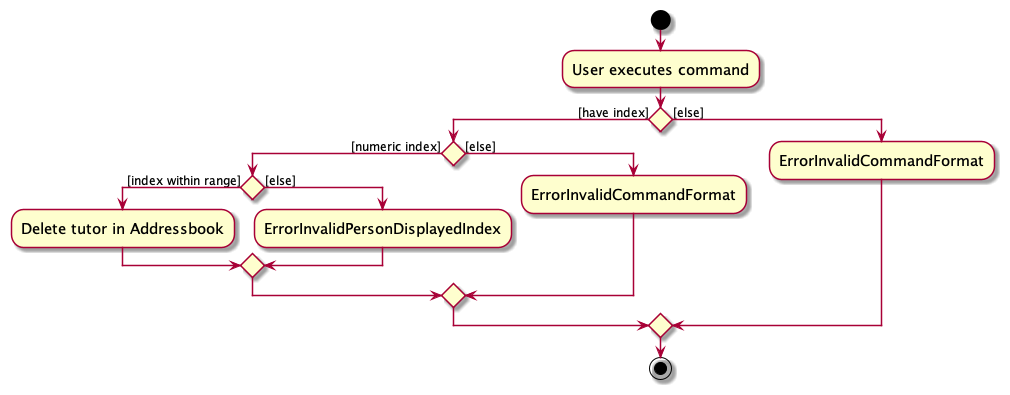
This is docs/images/DeleteTutorActivityDiagram.png from nus-cs2103-AY2324S1/tp, a PlantUML export, as it was before one commit. The source it was exported from:
```plantuml
@startuml
skin rose
skinparam ActivityFontSize 15
skinparam ArrowFontSize 12
start
:User executes command;


if () then ([have index])
    if() then ([numeric index])
        if () then ([index within range])
            :Delete tutor in Addressbook;
        else ([else])
         :ErrorInvalidPersonDisplayedIndex;
        endif
    else ([else])
     :ErrorInvalidCommandFormat;
    endif
else ([else])
 :ErrorInvalidCommandFormat;
endif
stop
@enduml
```
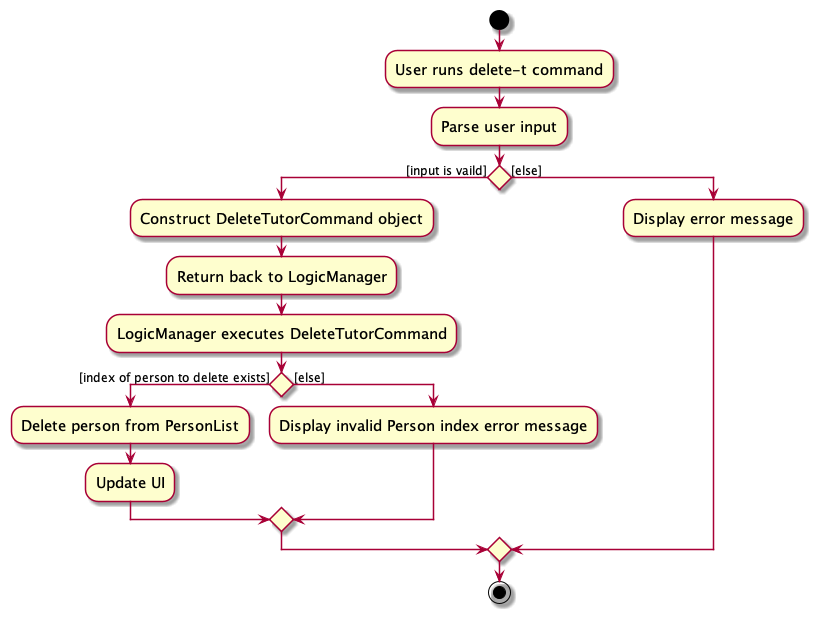
After the commit.

Diff of the diagram source:
```diff
@@ -3,21 +3,24 @@
 skinparam ActivityFontSize 15
 skinparam ArrowFontSize 12
 start
-:User executes command;
+:User runs delete-t command;
 
 
-if () then ([have index])
-    if() then ([numeric index])
-        if () then ([index within range])
-            :Delete tutor in Addressbook;
-        else ([else])
-         :ErrorInvalidPersonDisplayedIndex;
-        endif
+:Parse user input;
+
+if () then ([input is vaild])
+    :Construct DeleteTutorCommand object;
+    :Return back to LogicManager;
+    :LogicManager executes DeleteTutorCommand;
+    if () then ([index of person to delete exists])
+        :Delete person from PersonList;
+        :Update UI;
     else ([else])
-     :ErrorInvalidCommandFormat;
+        :Display invalid Person index error message;
     endif
 else ([else])
- :ErrorInvalidCommandFormat;
+    :Display error message;
+
 endif
 stop
 @enduml
```
